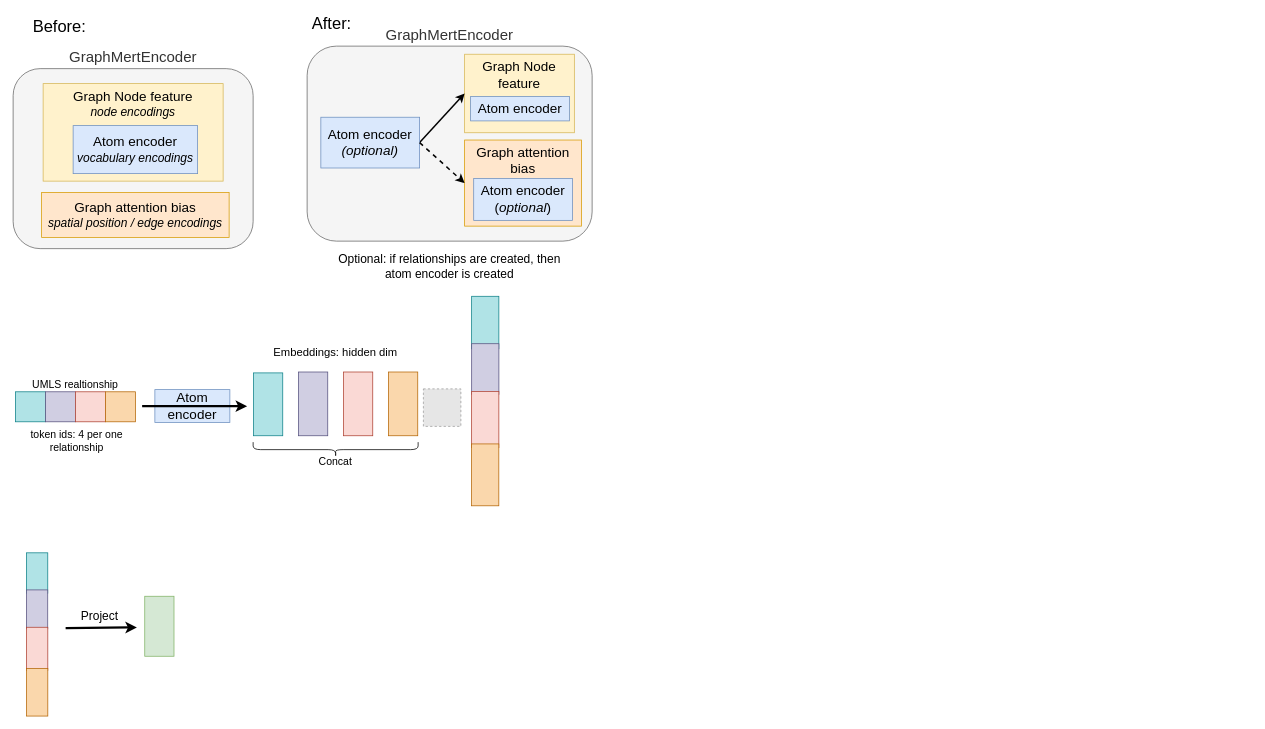
Before: page "Page-1" (1 of 2) of presentations/Untitled Diagram.drawio in across-stars/draw.io, a draw.io diagram. Source tidied: cells renumbered, new cells numbered last; positions are measured from the earlier drawing's top-left corner, leaving out a move shared by most shapes. Both pictures are drawn from the tidied source at 75%, with x=0, y=0 at pixel (13, 13). Pictures stored in the file or linked from it are replaced by grey dashed boxes.
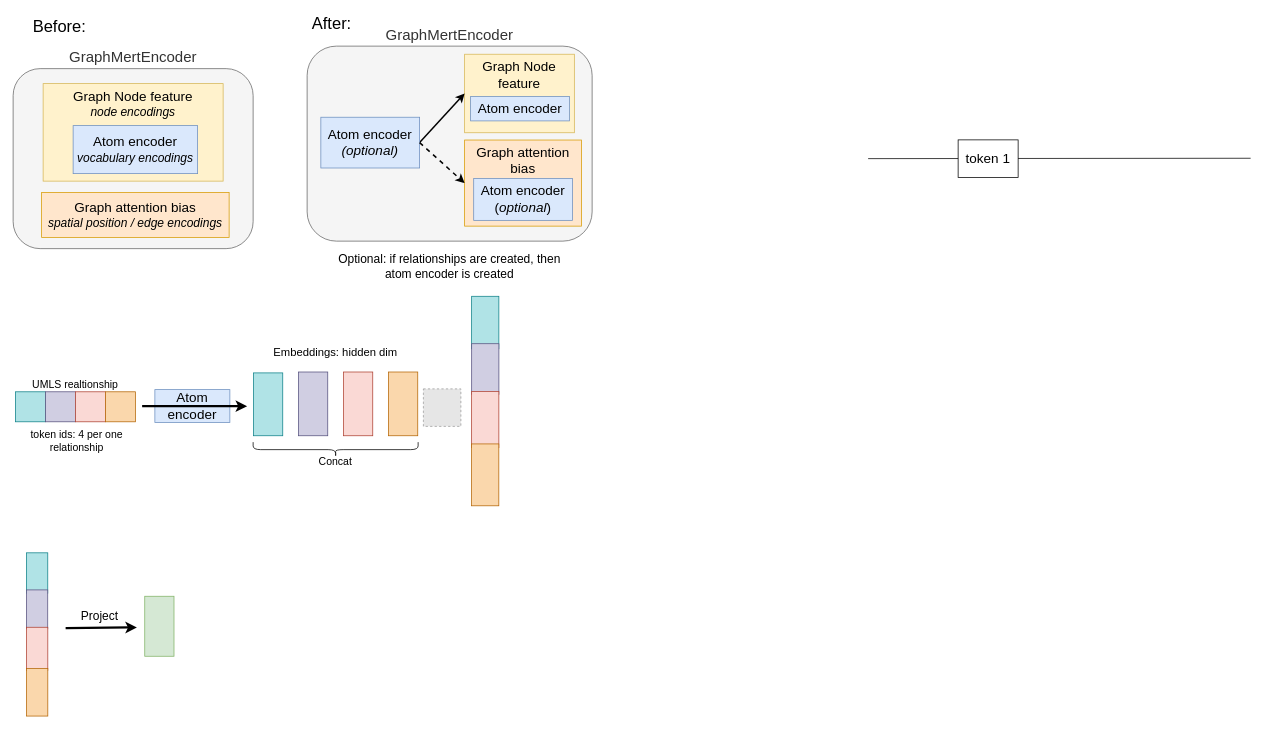
Above is the later version.

Diff of the diagram source:
```diff
@@
+    <mxCell id="49" style="endArrow=none;html=1;rounded=0;" parent="1" edge="1">
+      <mxGeometry relative="1" as="geometry">
+        <mxPoint x="1140" y="194" as="sourcePoint" />
+        <mxPoint x="1650" y="193.5" as="targetPoint" />
+      </mxGeometry>
+    </mxCell>
+    <mxCell id="50" value="&lt;font style=&quot;font-size: 18px;&quot;&gt;token 1&lt;/font&gt;" style="rounded=0;whiteSpace=wrap;html=1;" parent="1" vertex="1">
+      <mxGeometry x="1260" y="169" width="80" height="50" as="geometry" />
+    </mxCell>
```
